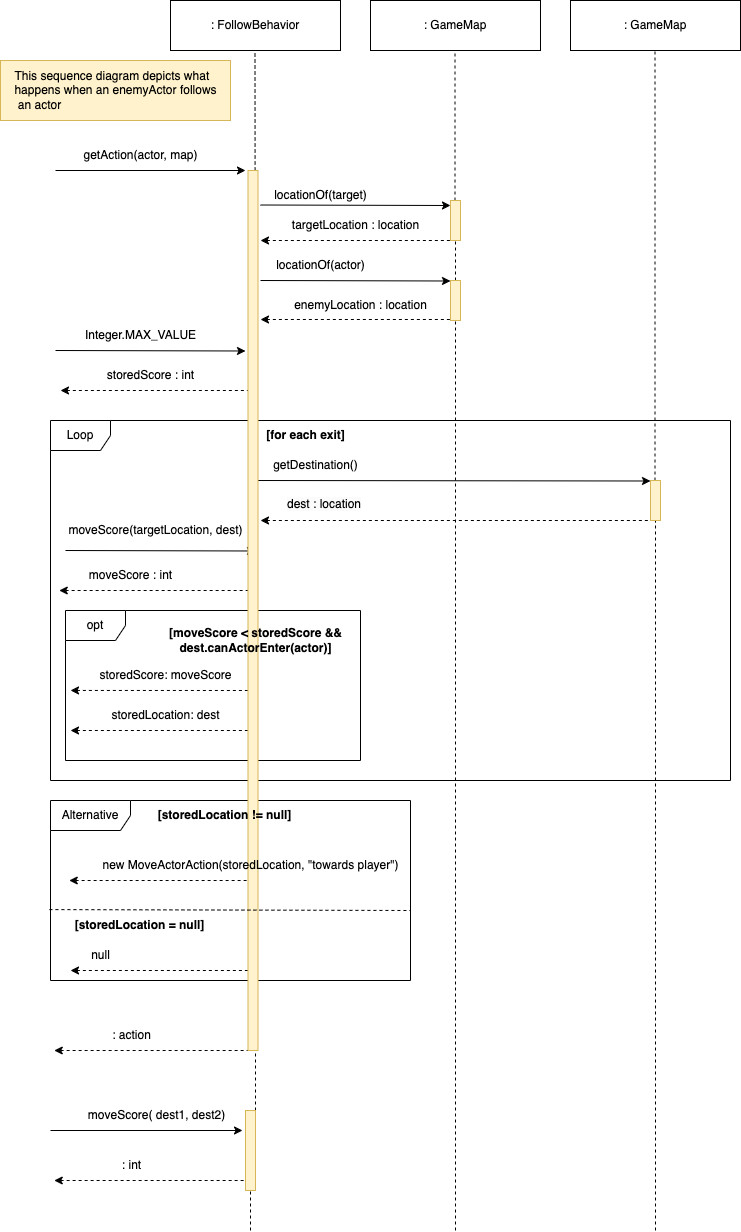
Earlier version of the draw.io export docs/design/req1-sequence_diagram.png (vkar143/Game). Source tidied: cells renumbered, new cells last; positions are measured from the earlier drawing's top-left corner, leaving out a move shared by most shapes. Its diagram source:
```xml
<mxGraphModel>
  <root>
    <mxCell id="0" />
    <mxCell id="1" parent="0" />
    <mxCell id="2" value="&lt;div style=&quot;text-align: justify;&quot;&gt;&lt;span style=&quot;background-color: initial;&quot;&gt;This sequence diagram depicts what&lt;/span&gt;&lt;/div&gt;&lt;div style=&quot;text-align: justify;&quot;&gt;&lt;span style=&quot;background-color: initial;&quot;&gt;happens when an enemyActor follows&lt;/span&gt;&lt;/div&gt;&lt;div style=&quot;text-align: justify;&quot;&gt;&lt;span style=&quot;background-color: initial;&quot;&gt;&amp;nbsp;an actor&lt;/span&gt;&lt;/div&gt;" style="text;html=1;align=center;verticalAlign=middle;strokeColor=#d6b656;fillColor=#fff2cc;" parent="1" vertex="1">
      <mxGeometry y="60" width="230" height="60" as="geometry" />
    </mxCell>
    <mxCell id="3" value=": FollowBehavior" style="rounded=0;whiteSpace=wrap;html=1;" parent="1" vertex="1">
      <mxGeometry x="170" width="170" height="50" as="geometry" />
    </mxCell>
    <mxCell id="4" style="endArrow=none;dashed=1;html=1;rounded=0;entryX=0.5;entryY=1;entryDx=0;entryDy=0;" parent="1" edge="1" source="50">
      <mxGeometry relative="1" as="geometry">
        <mxPoint x="254.5" y="50" as="targetPoint" />
      </mxGeometry>
    </mxCell>
    <mxCell id="5" style="endArrow=classic;html=1;rounded=0;" parent="1" edge="1">
      <mxGeometry relative="1" as="geometry">
        <mxPoint x="55" y="170" as="sourcePoint" />
        <mxPoint x="245" y="170" as="targetPoint" />
      </mxGeometry>
    </mxCell>
    <mxCell id="6" value="getAction(actor, map)" style="text;html=1;align=center;verticalAlign=middle;strokeColor=none;fillColor=none;" parent="1" vertex="1">
      <mxGeometry x="70" y="140" width="140" height="30" as="geometry" />
    </mxCell>
    <mxCell id="7" style="endArrow=none;html=1;rounded=0;startArrow=classic;startFill=1;endFill=0;dashed=1;" parent="1" edge="1">
      <mxGeometry relative="1" as="geometry">
        <mxPoint x="53.8" y="1050" as="sourcePoint" />
        <mxPoint x="250" y="1050" as="targetPoint" />
      </mxGeometry>
    </mxCell>
    <mxCell id="8" value=": action" style="text;html=1;align=center;verticalAlign=middle;strokeColor=none;fillColor=none;" parent="1" vertex="1">
      <mxGeometry x="101.2" y="1020" width="60" height="30" as="geometry" />
    </mxCell>
    <mxCell id="9" value=": GameMap" style="rounded=0;whiteSpace=wrap;html=1;" parent="1" vertex="1">
      <mxGeometry x="370" width="170" height="50" as="geometry" />
    </mxCell>
    <mxCell id="10" style="endArrow=none;dashed=1;html=1;rounded=0;entryX=0.5;entryY=1;entryDx=0;entryDy=0;" parent="1" edge="1" source="58">
      <mxGeometry relative="1" as="geometry">
        <mxPoint x="454.5" y="50" as="targetPoint" />
      </mxGeometry>
    </mxCell>
    <mxCell id="11" style="endArrow=classic;html=1;rounded=0;" parent="1" edge="1">
      <mxGeometry relative="1" as="geometry">
        <mxPoint x="260" y="204.5" as="sourcePoint" />
        <mxPoint x="450" y="205" as="targetPoint" />
      </mxGeometry>
    </mxCell>
    <mxCell id="12" value="locationOf(target)" style="text;html=1;align=center;verticalAlign=middle;strokeColor=none;fillColor=none;" parent="1" vertex="1">
      <mxGeometry x="260" y="180" width="120" height="30" as="geometry" />
    </mxCell>
    <mxCell id="13" style="endArrow=none;html=1;rounded=0;startArrow=classic;startFill=1;endFill=0;dashed=1;" parent="1" edge="1">
      <mxGeometry relative="1" as="geometry">
        <mxPoint x="260" y="240" as="sourcePoint" />
        <mxPoint x="455" y="240" as="targetPoint" />
      </mxGeometry>
    </mxCell>
    <mxCell id="14" value="targetLocation : location" style="text;html=1;align=center;verticalAlign=middle;strokeColor=none;fillColor=none;" parent="1" vertex="1">
      <mxGeometry x="280" y="210" width="150" height="30" as="geometry" />
    </mxCell>
    <mxCell id="15" style="endArrow=classic;html=1;rounded=0;" parent="1" edge="1">
      <mxGeometry relative="1" as="geometry">
        <mxPoint x="260" y="280" as="sourcePoint" />
        <mxPoint x="450" y="280.5" as="targetPoint" />
      </mxGeometry>
    </mxCell>
    <mxCell id="16" value="locationOf(actor)" style="text;html=1;align=center;verticalAlign=middle;strokeColor=none;fillColor=none;" parent="1" vertex="1">
      <mxGeometry x="265" y="250" width="110" height="30" as="geometry" />
    </mxCell>
    <mxCell id="17" style="endArrow=none;html=1;rounded=0;startArrow=classic;startFill=1;endFill=0;dashed=1;" parent="1" edge="1">
      <mxGeometry relative="1" as="geometry">
        <mxPoint x="260" y="319" as="sourcePoint" />
        <mxPoint x="455" y="319" as="targetPoint" />
      </mxGeometry>
    </mxCell>
    <mxCell id="18" value="enemyLocation : location" style="text;html=1;align=center;verticalAlign=middle;strokeColor=none;fillColor=none;" parent="1" vertex="1">
      <mxGeometry x="280" y="290" width="160" height="30" as="geometry" />
    </mxCell>
    <mxCell id="19" style="endArrow=classic;html=1;rounded=0;" parent="1" edge="1">
      <mxGeometry relative="1" as="geometry">
        <mxPoint x="55" y="350" as="sourcePoint" />
        <mxPoint x="245" y="350.5" as="targetPoint" />
      </mxGeometry>
    </mxCell>
    <mxCell id="20" value="Integer.MAX_VALUE" style="text;html=1;align=center;verticalAlign=middle;strokeColor=none;fillColor=none;" parent="1" vertex="1">
      <mxGeometry x="75" y="320" width="130" height="30" as="geometry" />
    </mxCell>
    <mxCell id="21" style="endArrow=none;html=1;rounded=0;startArrow=classic;startFill=1;endFill=0;dashed=1;" parent="1" edge="1">
      <mxGeometry relative="1" as="geometry">
        <mxPoint x="60" y="390" as="sourcePoint" />
        <mxPoint x="255" y="390" as="targetPoint" />
      </mxGeometry>
    </mxCell>
    <mxCell id="22" value="storedScore : int" style="text;html=1;align=center;verticalAlign=middle;strokeColor=none;fillColor=none;" parent="1" vertex="1">
      <mxGeometry x="95" y="360" width="110" height="30" as="geometry" />
    </mxCell>
    <mxCell id="23" value="Loop" style="shape=umlFrame;whiteSpace=wrap;html=1;" parent="1" vertex="1">
      <mxGeometry x="50" y="420" width="680" height="360" as="geometry" />
    </mxCell>
    <mxCell id="24" value="opt" style="shape=umlFrame;whiteSpace=wrap;html=1;" parent="1" vertex="1">
      <mxGeometry x="65" y="610" width="295" height="150" as="geometry" />
    </mxCell>
    <mxCell id="25" value=": GameMap" style="rounded=0;whiteSpace=wrap;html=1;" parent="1" vertex="1">
      <mxGeometry x="570" width="170" height="50" as="geometry" />
    </mxCell>
    <mxCell id="26" style="endArrow=none;dashed=1;html=1;rounded=0;entryX=0.5;entryY=1;entryDx=0;entryDy=0;" parent="1" edge="1" source="62">
      <mxGeometry relative="1" as="geometry">
        <mxPoint x="654.5" y="50" as="targetPoint" />
      </mxGeometry>
    </mxCell>
    <mxCell id="27" value="&lt;b&gt;[for each exit]&lt;/b&gt;" style="text;html=1;align=center;verticalAlign=middle;strokeColor=none;fillColor=none;" parent="1" vertex="1">
      <mxGeometry x="255" y="420" width="100" height="30" as="geometry" />
    </mxCell>
    <mxCell id="28" style="endArrow=classic;html=1;rounded=0;" parent="1" edge="1">
      <mxGeometry relative="1" as="geometry">
        <mxPoint x="255" y="480" as="sourcePoint" />
        <mxPoint x="650" y="480.5" as="targetPoint" />
      </mxGeometry>
    </mxCell>
    <mxCell id="29" value="getDestination()" style="text;html=1;align=center;verticalAlign=middle;strokeColor=none;fillColor=none;" parent="1" vertex="1">
      <mxGeometry x="260" y="450" width="110" height="30" as="geometry" />
    </mxCell>
    <mxCell id="30" style="endArrow=none;html=1;rounded=0;startArrow=classic;startFill=1;endFill=0;dashed=1;" parent="1" edge="1">
      <mxGeometry relative="1" as="geometry">
        <mxPoint x="260" y="520" as="sourcePoint" />
        <mxPoint x="650" y="520" as="targetPoint" />
      </mxGeometry>
    </mxCell>
    <mxCell id="31" value="&lt;span style=&quot;color: rgb(0, 0, 0); font-family: Helvetica; font-size: 12px; font-style: normal; font-variant-ligatures: normal; font-variant-caps: normal; font-weight: 400; letter-spacing: normal; orphans: 2; text-align: center; text-indent: 0px; text-transform: none; widows: 2; word-spacing: 0px; -webkit-text-stroke-width: 0px; background-color: rgb(251, 251, 251); text-decoration-thickness: initial; text-decoration-style: initial; text-decoration-color: initial; float: none; display: inline !important;&quot;&gt;dest : location&lt;/span&gt;" style="text;whiteSpace=wrap;html=1;" parent="1" vertex="1">
      <mxGeometry x="285" y="490" width="80" height="40" as="geometry" />
    </mxCell>
    <mxCell id="32" style="endArrow=classic;html=1;rounded=0;entryX=1.036;entryY=1;entryDx=0;entryDy=0;entryPerimeter=0;" parent="1" edge="1" target="33">
      <mxGeometry relative="1" as="geometry">
        <mxPoint x="50" y="1130" as="sourcePoint" />
      </mxGeometry>
    </mxCell>
    <mxCell id="33" value="moveScore( dest1, dest2)" style="text;html=1;align=center;verticalAlign=middle;points=[];strokeColor=none;fillColor=none;" parent="1" vertex="1">
      <mxGeometry x="76.2" y="1100" width="160" height="30" as="geometry" />
    </mxCell>
    <mxCell id="34" style="endArrow=none;html=1;rounded=0;startArrow=classic;startFill=1;endFill=0;dashed=1;" parent="1" edge="1">
      <mxGeometry relative="1" as="geometry">
        <mxPoint x="53.8" y="1180" as="sourcePoint" />
        <mxPoint x="250" y="1180" as="targetPoint" />
      </mxGeometry>
    </mxCell>
    <mxCell id="35" value=": int" style="text;html=1;align=center;verticalAlign=middle;strokeColor=none;fillColor=none;" parent="1" vertex="1">
      <mxGeometry x="111.2" y="1150" width="40" height="30" as="geometry" />
    </mxCell>
    <mxCell id="36" style="endArrow=classic;html=1;rounded=0;" parent="1" edge="1">
      <mxGeometry relative="1" as="geometry">
        <mxPoint x="65" y="550" as="sourcePoint" />
        <mxPoint x="255" y="550.5" as="targetPoint" />
      </mxGeometry>
    </mxCell>
    <mxCell id="37" style="endArrow=none;html=1;rounded=0;startArrow=classic;startFill=1;endFill=0;dashed=1;" parent="1" edge="1">
      <mxGeometry relative="1" as="geometry">
        <mxPoint x="58.8" y="590" as="sourcePoint" />
        <mxPoint x="253.8" y="590" as="targetPoint" />
      </mxGeometry>
    </mxCell>
    <mxCell id="38" value="moveScore : int" style="text;html=1;align=center;verticalAlign=middle;strokeColor=none;fillColor=none;" parent="1" vertex="1">
      <mxGeometry x="75" y="560" width="110" height="30" as="geometry" />
    </mxCell>
    <mxCell id="39" style="endArrow=none;dashed=1;html=1;rounded=0;entryX=0.5;entryY=1;entryDx=0;entryDy=0;" parent="1" edge="1" source="55" target="50">
      <mxGeometry relative="1" as="geometry" />
    </mxCell>
    <mxCell id="40" value="storedScore: moveScore" style="text;html=1;align=center;verticalAlign=middle;strokeColor=none;fillColor=none;" parent="1" vertex="1">
      <mxGeometry x="85" y="660" width="160" height="30" as="geometry" />
    </mxCell>
    <mxCell id="41" style="endArrow=none;html=1;rounded=0;startArrow=classic;startFill=1;endFill=0;dashed=1;exitX=0.017;exitY=0.533;exitDx=0;exitDy=0;exitPerimeter=0;" parent="1" edge="1" source="24">
      <mxGeometry relative="1" as="geometry">
        <mxPoint x="255" y="690" as="targetPoint" />
      </mxGeometry>
    </mxCell>
    <mxCell id="42" style="endArrow=none;html=1;rounded=0;startArrow=classic;startFill=1;endFill=0;dashed=1;exitX=0.017;exitY=0.533;exitDx=0;exitDy=0;exitPerimeter=0;" parent="1" edge="1">
      <mxGeometry relative="1" as="geometry">
        <mxPoint x="70" y="730" as="sourcePoint" />
        <mxPoint x="255" y="730" as="targetPoint" />
      </mxGeometry>
    </mxCell>
    <mxCell id="43" value="Alternative" style="shape=umlFrame;whiteSpace=wrap;html=1;width=80;height=30;" parent="1" vertex="1">
      <mxGeometry x="50" y="800" width="360" height="180" as="geometry" />
    </mxCell>
    <mxCell id="44" style="endArrow=none;html=1;rounded=0;startArrow=classic;startFill=1;endFill=0;dashed=1;exitX=0.017;exitY=0.533;exitDx=0;exitDy=0;exitPerimeter=0;" parent="1" edge="1">
      <mxGeometry relative="1" as="geometry">
        <mxPoint x="68.8" y="880" as="sourcePoint" />
        <mxPoint x="253.8" y="880" as="targetPoint" />
      </mxGeometry>
    </mxCell>
    <mxCell id="45" value="&lt;b style=&quot;border-color: var(--border-color);&quot;&gt;[storedLocation = null]&lt;/b&gt;&lt;b&gt;&lt;br&gt;&lt;/b&gt;" style="text;html=1;align=center;verticalAlign=middle;strokeColor=none;fillColor=none;" parent="1" vertex="1">
      <mxGeometry x="63.8" y="910" width="150" height="30" as="geometry" />
    </mxCell>
    <mxCell id="46" style="endArrow=none;html=1;rounded=0;startArrow=classic;startFill=1;endFill=0;dashed=1;exitX=0.017;exitY=0.533;exitDx=0;exitDy=0;exitPerimeter=0;" parent="1" edge="1">
      <mxGeometry relative="1" as="geometry">
        <mxPoint x="70" y="970" as="sourcePoint" />
        <mxPoint x="255" y="970" as="targetPoint" />
      </mxGeometry>
    </mxCell>
    <mxCell id="47" value="null" style="text;html=1;align=center;verticalAlign=middle;strokeColor=none;fillColor=none;" parent="1" vertex="1">
      <mxGeometry x="80" y="940" width="40" height="30" as="geometry" />
    </mxCell>
    <mxCell id="48" value="storedLocation: dest" style="text;html=1;align=center;verticalAlign=middle;strokeColor=none;fillColor=none;" parent="1" vertex="1">
      <mxGeometry x="100" y="700" width="130" height="30" as="geometry" />
    </mxCell>
    <mxCell id="49" style="html=1;perimeter=orthogonalPerimeter;targetShapes=umlLifeline;newEdgeStyle={&quot;curved&quot;:0,&quot;rounded&quot;:0};fillColor=#fff2cc;strokeColor=#d6b656;" parent="1" vertex="1">
      <mxGeometry x="247.5" y="170" width="10" height="880" as="geometry" />
    </mxCell>
    <mxCell id="50" value="&lt;b&gt;[moveScore &amp;lt; storedScore&amp;nbsp;&lt;/b&gt;&lt;b style=&quot;text-align: justify; background-color: initial;&quot;&gt;&amp;amp;&amp;amp; &lt;br&gt;dest.canActorEnter(actor)]&lt;/b&gt;&lt;b&gt;&lt;br&gt;&lt;/b&gt;" style="text;html=1;align=center;verticalAlign=middle;points=[];strokeColor=none;fillColor=none;" parent="1" vertex="1">
      <mxGeometry x="155" y="620" width="200" height="40" as="geometry" />
    </mxCell>
    <mxCell id="51" value="&lt;b style=&quot;border-color: var(--border-color);&quot;&gt;[storedLocation != null]&lt;/b&gt;&lt;b&gt;&lt;br&gt;&lt;/b&gt;" style="text;html=1;align=center;verticalAlign=middle;strokeColor=none;fillColor=none;" parent="1" vertex="1">
      <mxGeometry x="143.8" y="800" width="160" height="30" as="geometry" />
    </mxCell>
    <mxCell id="52" value="moveScore(targetLocation, dest)" style="text;html=1;align=center;verticalAlign=middle;strokeColor=none;fillColor=none;" parent="1" vertex="1">
      <mxGeometry x="55" y="515" width="200" height="30" as="geometry" />
    </mxCell>
    <mxCell id="53" value="new MoveActorAction(storedLocation, &quot;towards player&quot;)" style="text;html=1;align=center;verticalAlign=middle;strokeColor=none;fillColor=none;" parent="1" vertex="1">
      <mxGeometry x="90" y="850" width="320" height="30" as="geometry" />
    </mxCell>
    <mxCell id="54" style="endArrow=none;dashed=1;html=1;rounded=0;entryX=0.5;entryY=1;entryDx=0;entryDy=0;" parent="1" edge="1" target="55">
      <mxGeometry relative="1" as="geometry">
        <mxPoint x="250" y="1230" as="sourcePoint" />
      </mxGeometry>
    </mxCell>
    <mxCell id="55" style="html=1;points=[[0,0,0,0,5],[0,1,0,0,-5],[1,0,0,0,5],[1,1,0,0,-5]];perimeter=orthogonalPerimeter;outlineConnect=0;targetShapes=umlLifeline;portConstraint=eastwest;newEdgeStyle={&quot;curved&quot;:0,&quot;rounded&quot;:0};fillColor=#fff2cc;strokeColor=#d6b656;" parent="1" vertex="1">
      <mxGeometry x="245" y="1110" width="10" height="80" as="geometry" />
    </mxCell>
    <mxCell id="56" style="endArrow=none;dashed=1;html=1;rounded=0;exitX=-0.003;exitY=0.606;exitDx=0;exitDy=0;exitPerimeter=0;" parent="1" edge="1" source="43">
      <mxGeometry relative="1" as="geometry">
        <mxPoint x="410" y="910" as="targetPoint" />
      </mxGeometry>
    </mxCell>
    <mxCell id="57" style="endArrow=none;dashed=1;html=1;rounded=0;entryX=0.5;entryY=1;entryDx=0;entryDy=0;" parent="1" edge="1" source="60" target="58">
      <mxGeometry relative="1" as="geometry" />
    </mxCell>
    <mxCell id="58" style="html=1;points=[[0,0,0,0,5],[0,1,0,0,-5],[1,0,0,0,5],[1,1,0,0,-5]];perimeter=orthogonalPerimeter;outlineConnect=0;targetShapes=umlLifeline;portConstraint=eastwest;newEdgeStyle={&quot;curved&quot;:0,&quot;rounded&quot;:0};fillColor=#fff2cc;strokeColor=#d6b656;" parent="1" vertex="1">
      <mxGeometry x="450" y="200" width="10" height="40" as="geometry" />
    </mxCell>
    <mxCell id="59" style="endArrow=none;dashed=1;html=1;rounded=0;entryX=0.5;entryY=1;entryDx=0;entryDy=0;" parent="1" edge="1" target="60">
      <mxGeometry relative="1" as="geometry">
        <mxPoint x="455" y="1230" as="sourcePoint" />
      </mxGeometry>
    </mxCell>
    <mxCell id="60" style="html=1;points=[[0,0,0,0,5],[0,1,0,0,-5],[1,0,0,0,5],[1,1,0,0,-5]];perimeter=orthogonalPerimeter;outlineConnect=0;targetShapes=umlLifeline;portConstraint=eastwest;newEdgeStyle={&quot;curved&quot;:0,&quot;rounded&quot;:0};fillColor=#fff2cc;strokeColor=#d6b656;" parent="1" vertex="1">
      <mxGeometry x="450" y="280" width="10" height="40" as="geometry" />
    </mxCell>
    <mxCell id="61" style="endArrow=none;dashed=1;html=1;rounded=0;entryX=0.5;entryY=1;entryDx=0;entryDy=0;" parent="1" edge="1" target="62">
      <mxGeometry relative="1" as="geometry">
        <mxPoint x="655" y="1230" as="sourcePoint" />
      </mxGeometry>
    </mxCell>
    <mxCell id="62" style="html=1;points=[[0,0,0,0,5],[0,1,0,0,-5],[1,0,0,0,5],[1,1,0,0,-5]];perimeter=orthogonalPerimeter;outlineConnect=0;targetShapes=umlLifeline;portConstraint=eastwest;newEdgeStyle={&quot;curved&quot;:0,&quot;rounded&quot;:0};fillColor=#fff2cc;strokeColor=#d6b656;" parent="1" vertex="1">
      <mxGeometry x="650" y="480" width="10" height="40" as="geometry" />
    </mxCell>
  </root>
</mxGraphModel>
```
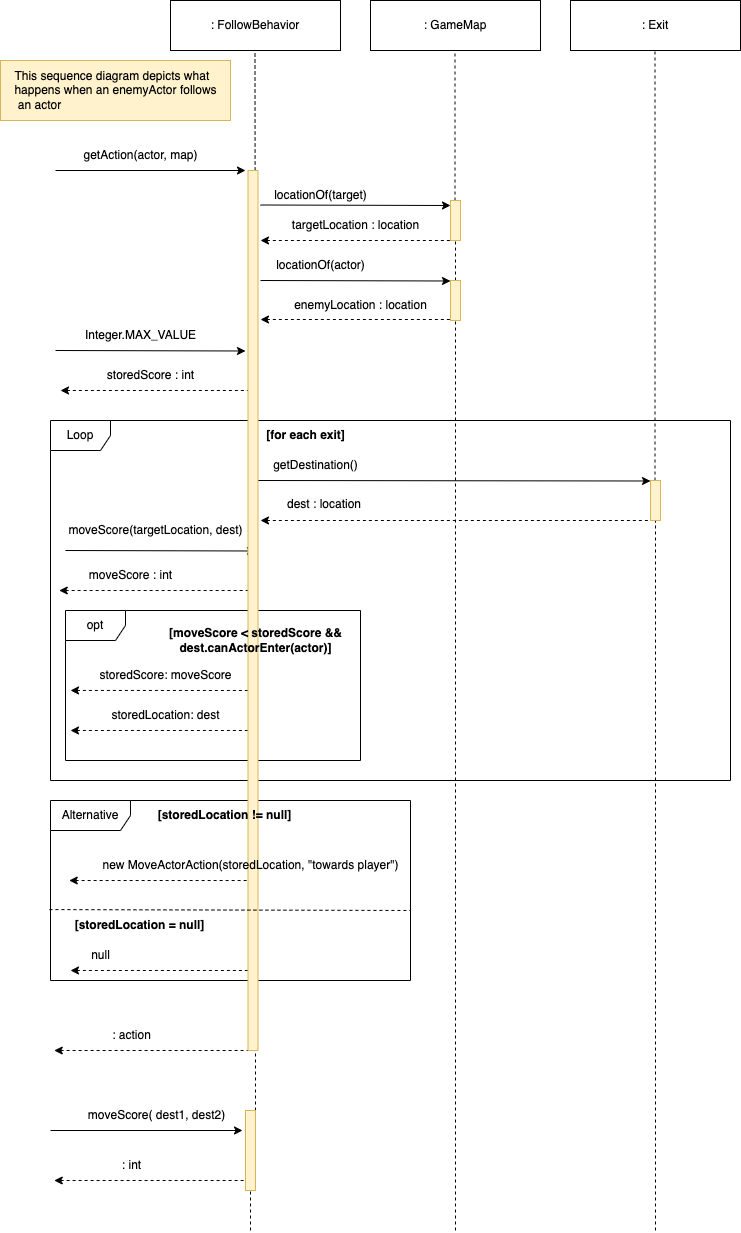
After the change.

Commit message:
Re-added req 1 sequence diagram after finding an error

The edit, as a diff of the source:
```diff
@@ -99,7 +99,7 @@
     <mxCell id="24" value="opt" style="shape=umlFrame;whiteSpace=wrap;html=1;" parent="1" vertex="1">
       <mxGeometry x="65" y="610" width="295" height="150" as="geometry" />
     </mxCell>
-    <mxCell id="25" value=": GameMap" style="rounded=0;whiteSpace=wrap;html=1;" parent="1" vertex="1">
+    <mxCell id="25" value=": Exit" style="rounded=0;whiteSpace=wrap;html=1;" parent="1" vertex="1">
       <mxGeometry x="570" width="170" height="50" as="geometry" />
     </mxCell>
     <mxCell id="26" style="endArrow=none;dashed=1;html=1;rounded=0;entryX=0.5;entryY=1;entryDx=0;entryDy=0;" parent="1" edge="1" source="62">
```
